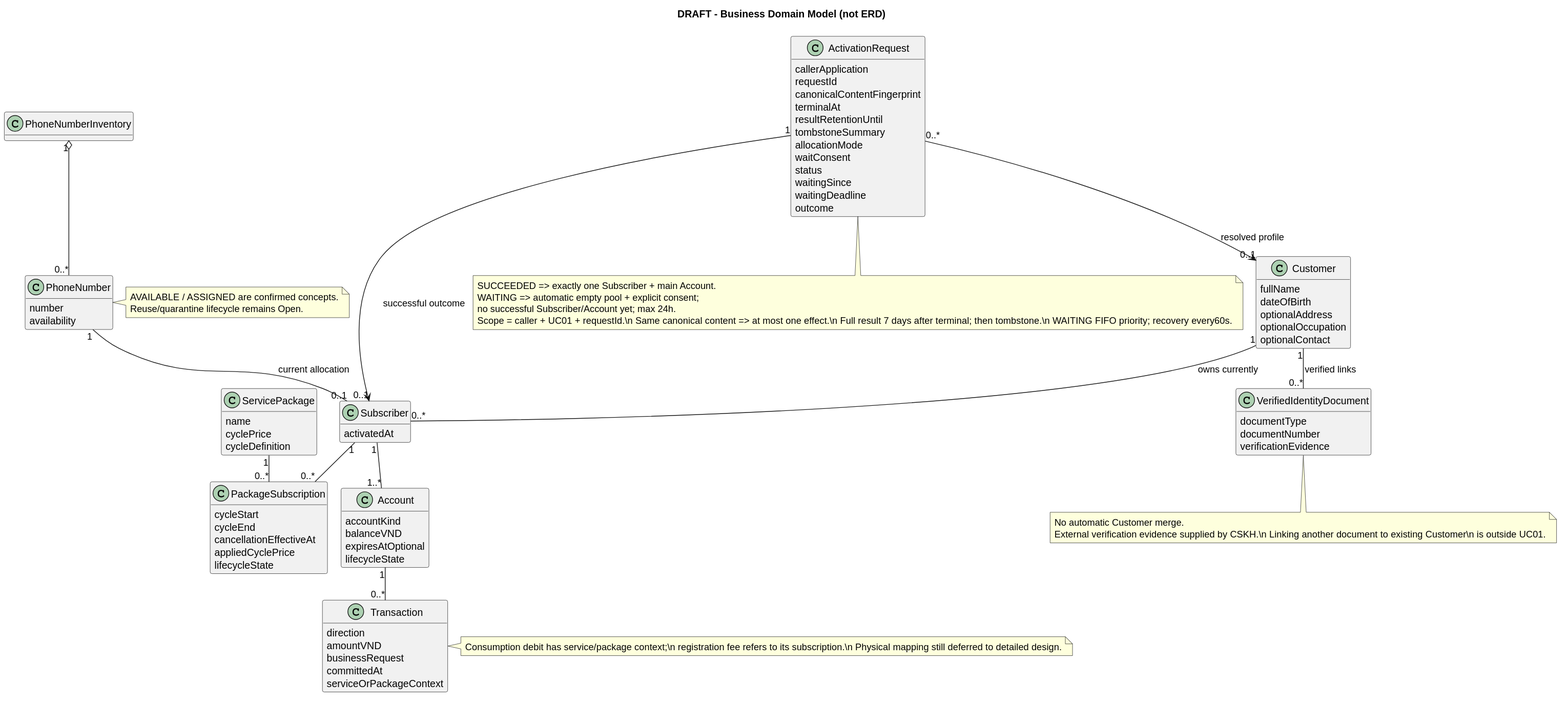
Sagitoaz/Telecom-Management-System keeps this PlantUML diagram as docs/02-analysis/domain-model.svg. Above is the earlier version. Its source is kept beside it as docs/02-analysis/domain-model.puml.
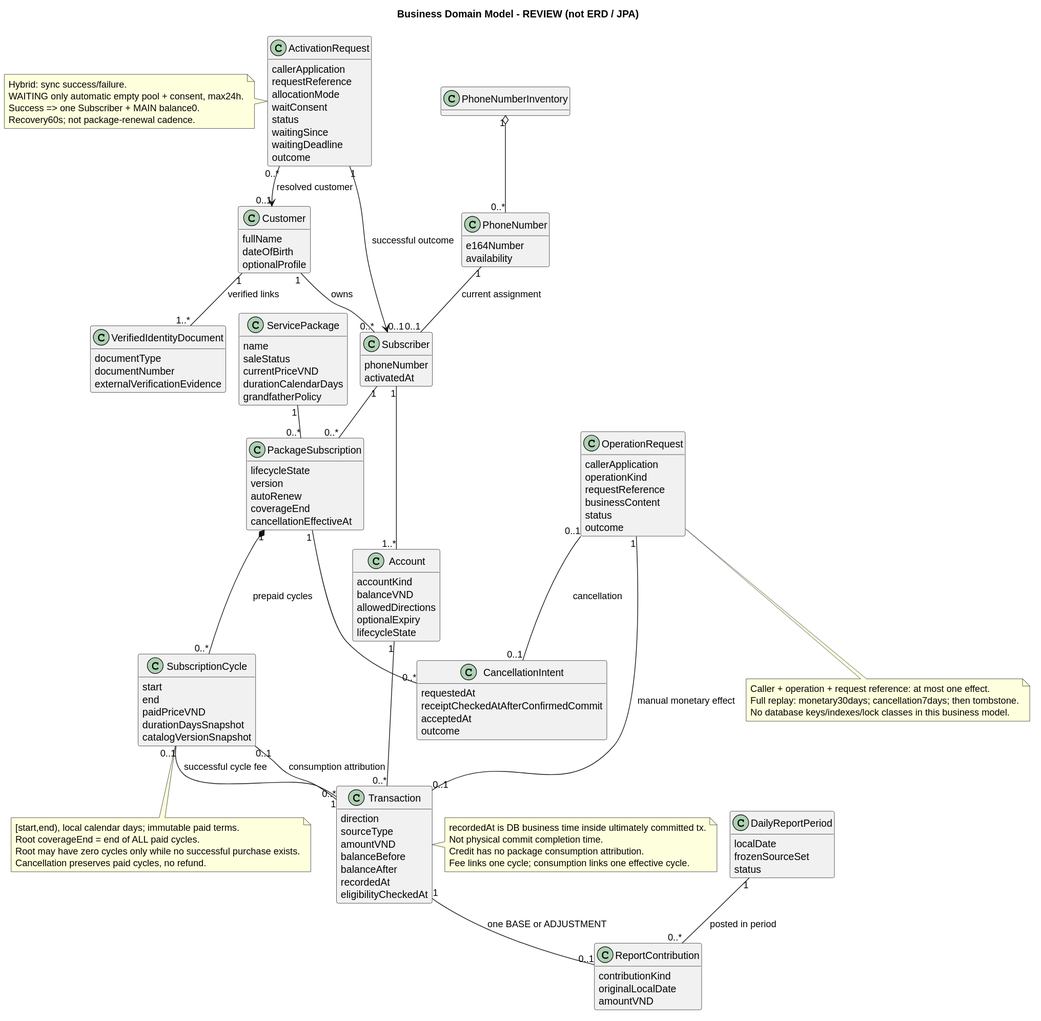
Later version of the same file.

What changed in the source:
```diff
@@ -1,91 +1,136 @@
 @startuml
 !pragma layout smetana
-title DRAFT - Business Domain Model (not ERD)
+title Business Domain Model - REVIEW (not ERD / JPA)
 hide methods
 class Customer {
-  fullName
-  dateOfBirth
-  optionalAddress
-  optionalOccupation
-  optionalContact
+ fullName
+ dateOfBirth
+ optionalProfile
 }
 class VerifiedIdentityDocument {
-  documentType
-  documentNumber
-  verificationEvidence
+ documentType
+ documentNumber
+ externalVerificationEvidence
 }
 class Subscriber {
-  activatedAt
+ phoneNumber
+ activatedAt
 }
 class PhoneNumberInventory
 class PhoneNumber {
-  number
-  availability
+ e164Number
+ availability
 }
 class ActivationRequest {
-  callerApplication
-  requestId
-  canonicalContentFingerprint
-  terminalAt
-  resultRetentionUntil
-  tombstoneSummary
-  allocationMode
-  waitConsent
-  status
-  waitingSince
-  waitingDeadline
-  outcome
+ callerApplication
+ requestReference
+ allocationMode
+ waitConsent
+ status
+ waitingSince
+ waitingDeadline
+ outcome
 }
 class ServicePackage {
-  name
-  cyclePrice
-  cycleDefinition
+ name
+ saleStatus
+ currentPriceVND
+ durationCalendarDays
+ grandfatherPolicy
 }
 class PackageSubscription {
-  cycleStart
-  cycleEnd
-  cancellationEffectiveAt
-  appliedCyclePrice
-  lifecycleState
+ lifecycleState
+ version
+ autoRenew
+ coverageEnd
+ cancellationEffectiveAt
+}
+class SubscriptionCycle {
+ start
+ end
+ paidPriceVND
+ durationDaysSnapshot
+ catalogVersionSnapshot
+}
+class CancellationIntent {
+ requestedAt
+ receiptCheckedAtAfterConfirmedCommit
+ acceptedAt
+ outcome
 }
 class Account {
-  accountKind
-  balanceVND
-  expiresAtOptional
-  lifecycleState
+ accountKind
+ balanceVND
+ allowedDirections
+ optionalExpiry
+ lifecycleState
 }
 class Transaction {
-  direction
-  amountVND
-  businessRequest
-  committedAt
-  serviceOrPackageContext
+ direction
+ sourceType
+ amountVND
+ balanceBefore
+ balanceAfter
+ recordedAt
+ eligibilityCheckedAt
 }
-Customer "1" -- "0..*" Subscriber : owns currently
-Customer "1" -- "0..*" VerifiedIdentityDocument : verified links
+class OperationRequest {
+ callerApplication
+ operationKind
+ requestReference
+ businessContent
+ status
+ outcome
+}
+class DailyReportPeriod {
+ localDate
+ frozenSourceSet
+ status
+}
+class ReportContribution {
+ contributionKind
+ originalLocalDate
+ amountVND
+}
+Customer "1" -- "0..*" Subscriber : owns
+Customer "1" -- "1..*" VerifiedIdentityDocument : verified links
 PhoneNumberInventory "1" o-- "0..*" PhoneNumber
-PhoneNumber "1" -- "0..1" Subscriber : current allocation
+PhoneNumber "1" -- "0..1" Subscriber : current assignment
 Subscriber "1" -- "1..*" Account
-Account "1" -- "0..*" Transaction
 Subscriber "1" -- "0..*" PackageSubscription
 ServicePackage "1" -- "0..*" PackageSubscription
-ActivationRequest "0..*" --> "0..1" Customer : resolved profile
+PackageSubscription "1" *-- "0..*" SubscriptionCycle : prepaid cycles
+PackageSubscription "1" -- "0..*" CancellationIntent
+Account "1" -- "0..*" Transaction
+SubscriptionCycle "0..1" -- "0..*" Transaction : consumption attribution
+SubscriptionCycle "0..1" -- "1" Transaction : successful cycle fee
+OperationRequest "1" -- "0..1" Transaction : manual monetary effect
+OperationRequest "0..1" -- "0..1" CancellationIntent : cancellation
 ActivationRequest "1" --> "0..1" Subscriber : successful outcome
-note bottom of ActivationRequest
-  SUCCEEDED => exactly one Subscriber + main Account.
-  WAITING => automatic empty pool + explicit consent;
-  no successful Subscriber/Account yet; max 24h.
-  Scope = caller + UC01 + requestId.\n  Same canonical content => at most one effect.\n  Full result 7 days after terminal; then tombstone.\n  WAITING FIFO priority; recovery every60s.
+ActivationRequest "0..*" --> "0..1" Customer : resolved customer
+DailyReportPeriod "1" -- "0..*" ReportContribution : posted in period
+Transaction "1" -- "0..1" ReportContribution : one BASE or ADJUSTMENT
+note bottom of SubscriptionCycle
+ [start,end), local calendar days; immutable paid terms.
+ Root coverageEnd = end of ALL paid cycles.
+ Root may have zero cycles only while no successful purchase exists.
+ Cancellation preserves paid cycles, no refund.
 end note
 note right of Transaction
-  Consumption debit has service/package context;\n  registration fee refers to its subscription.\n  Physical mapping still deferred to detailed design.
+ recordedAt is DB business time inside ultimately committed tx.
+ Not physical commit completion time.
+ Credit has no package consumption attribution.
+ Fee links one cycle; consumption links one effective cycle.
 end note
-note right of PhoneNumber
-  AVAILABLE / ASSIGNED are confirmed concepts.
-  Reuse/quarantine lifecycle remains Open.
+note bottom of OperationRequest
+ Caller + operation + request reference: at most one effect.
+ Full replay: monetary30days; cancellation7days; then tombstone.
+ No database keys/indexes/lock classes in this business model.
 end note
-note bottom of VerifiedIdentityDocument
-  No automatic Customer merge.
-  External verification evidence supplied by CSKH.\n  Linking another document to existing Customer\n  is outside UC01.
+note left of ActivationRequest
+ Hybrid: sync success/failure.
+ WAITING only automatic empty pool + consent, max24h.
+ Success => one Subscriber + MAIN balance0.
+ Recovery60s; not package-renewal cadence.
 end note
 @enduml
```
